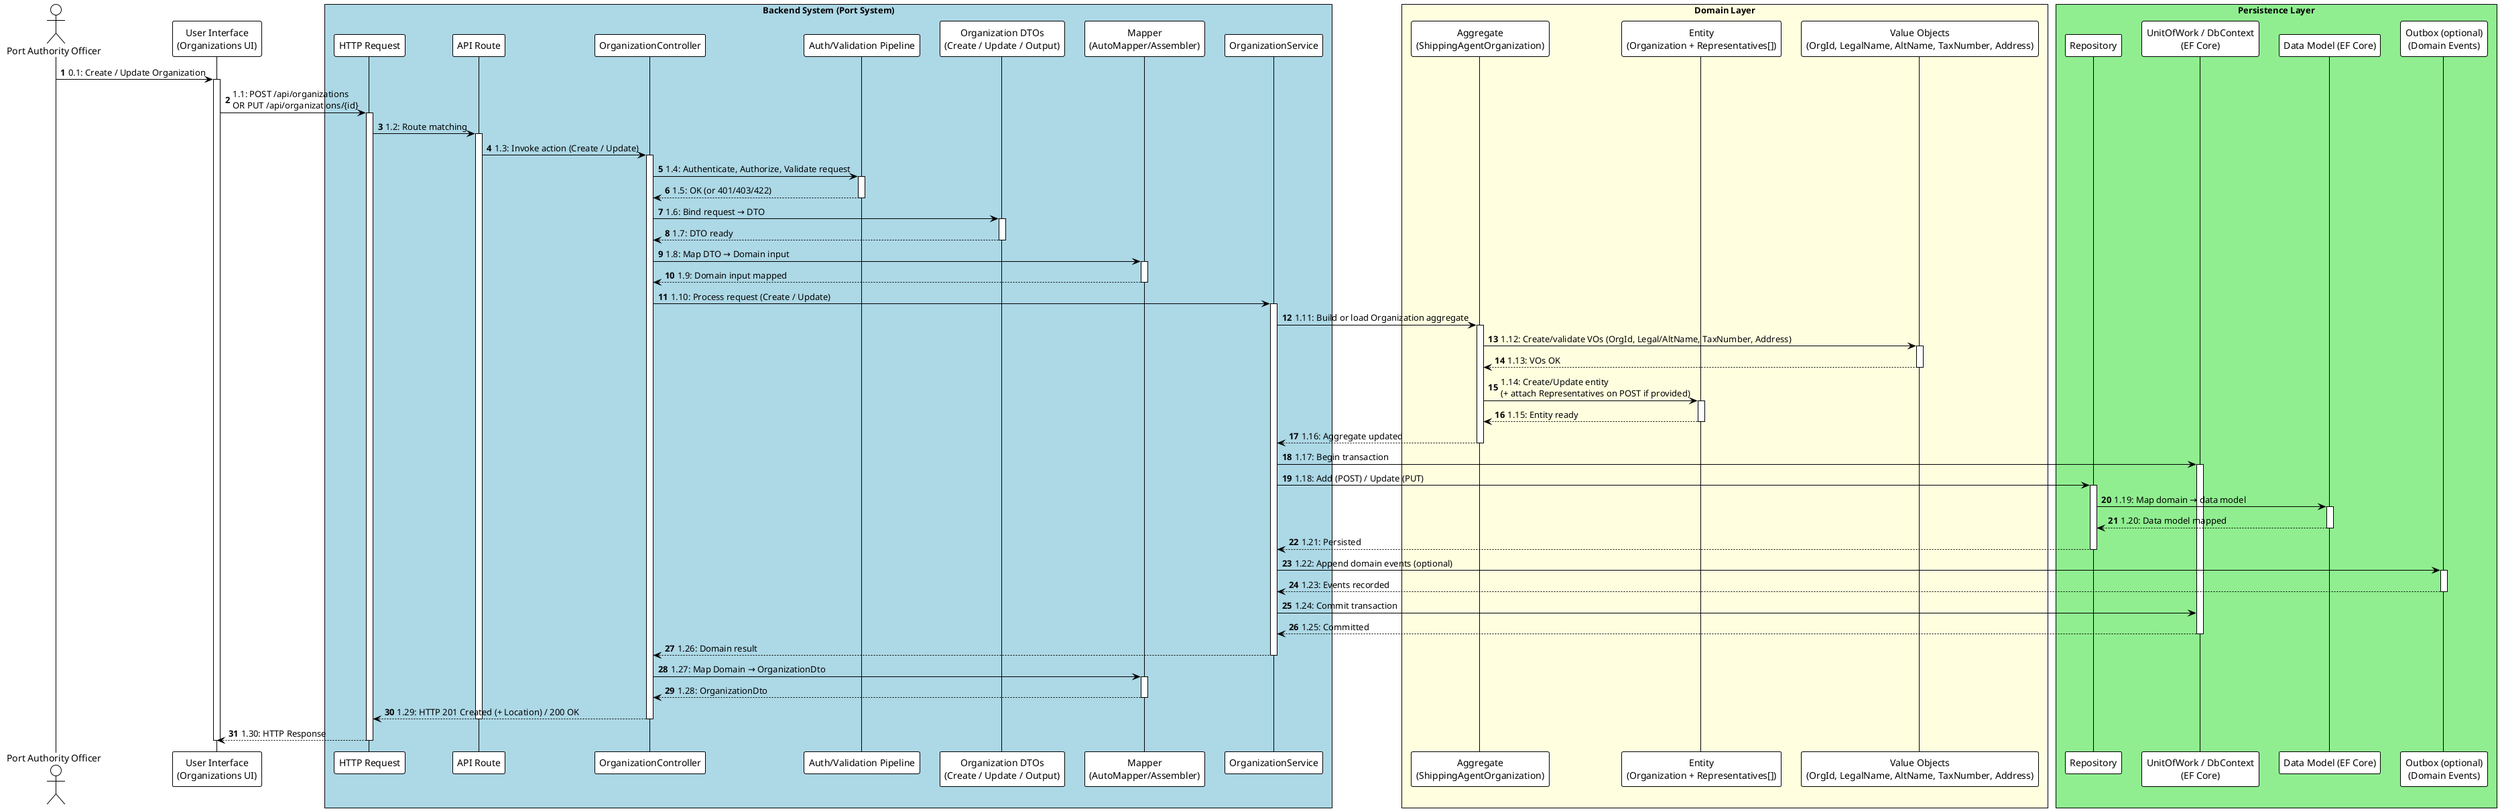
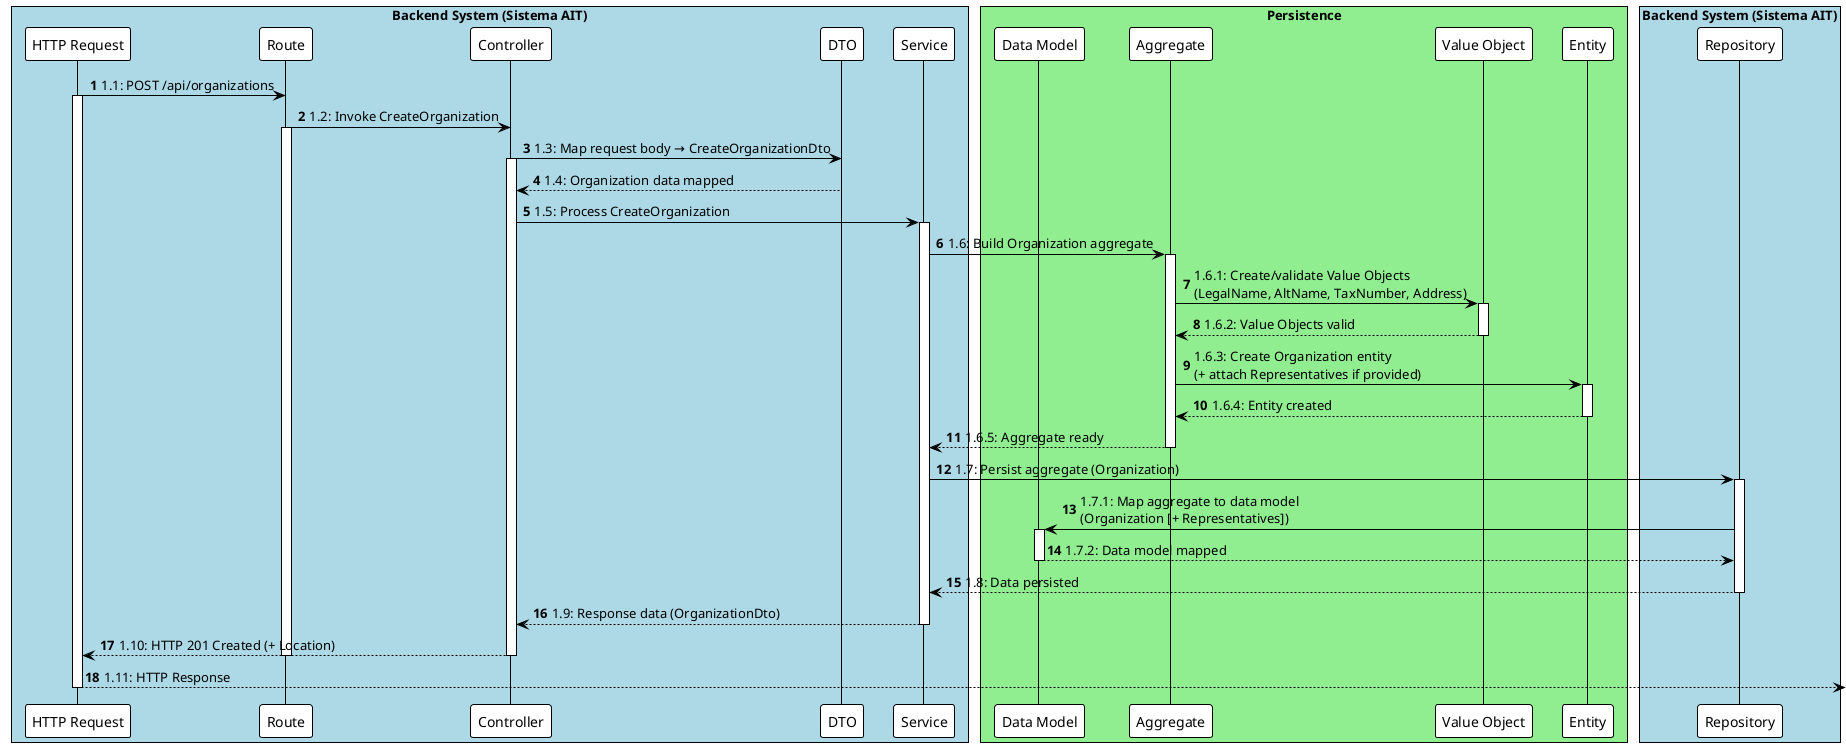
@startuml
!theme plain
autonumber

- actor "Port Authority Officer" as Officer
- participant "User Interface\n(Organizations UI)" as UI
- 
- box "Backend System (Port System)" #LightBlue
+ box "Backend System (Sistema AIT)" #LightBlue
    participant "HTTP Request" as HttpRequest
-     participant "API Route" as Route
-     participant "OrganizationController" as Controller
-     participant "Auth/Validation Pipeline" as Pipeline
-     participant "Organization DTOs\n(Create / Update / Output)" as Dto
-     participant "Mapper\n(AutoMapper/Assembler)" as Mapper
-     participant "OrganizationService" as Service
- 
-     box "Domain Layer" #LightYellow
-         participant "Aggregate\n(ShippingAgentOrganization)" as Aggregate
-         participant "Entity\n(Organization + Representatives[])" as Entity
-         participant "Value Objects\n(OrgId, LegalName, AltName, TaxNumber, Address)" as ValueObject
+     participant "Route" as Route
+     participant "Controller" as Controller
+     participant "DTO" as Dto
+     participant "Service" as Service
+     box "Persistence" #LightGreen
+         participant "Data Model" as DataModel
+         participant "Aggregate" as Aggregate
+         participant "Value Object" as ValueObject
+         participant "Entity" as Entity
    end box
- 
-     box "Persistence Layer" #LightGreen
-         participant "Repository" as Repository
-         participant "UnitOfWork / DbContext\n(EF Core)" as Db
-         participant "Data Model (EF Core)" as DataModel
-         participant "Outbox (optional)\n(Domain Events)" as Outbox
-     end box
+     participant "Repository" as Repository
end box

- ' --- UI → API ---
- Officer -> UI : 0.1: Create / Update Organization
- activate UI
- UI -> HttpRequest : 1.1: POST /api/organizations\nOR PUT /api/organizations/{id}
+ HttpRequest -> Route : 1.1: POST /api/organizations
activate HttpRequest
- 
- ' --- Routing & Controller ---
- HttpRequest -> Route : 1.2: Route matching
+ Route -> Controller : 1.2: Invoke CreateOrganization
activate Route
- Route -> Controller : 1.3: Invoke action (Create / Update)
+ Controller -> Dto : 1.3: Map request body → CreateOrganizationDto
activate Controller
- 
- ' --- Cross-cutting concerns ---
- Controller -> Pipeline : 1.4: Authenticate, Authorize, Validate request
- activate Pipeline
- Pipeline --> Controller : 1.5: OK (or 401/403/422)
- deactivate Pipeline
- 
- ' --- Binding & Mapping ---
- Controller -> Dto : 1.6: Bind request → DTO
- activate Dto
- Dto --> Controller : 1.7: DTO ready
+ Dto --> Controller : 1.4: Organization data mapped
deactivate Dto
- Controller -> Mapper : 1.8: Map DTO → Domain input
- activate Mapper
- Mapper --> Controller : 1.9: Domain input mapped
- deactivate Mapper
- 
- ' --- Application Service ---
- Controller -> Service : 1.10: Process request (Create / Update)
+ Controller -> Service : 1.5: Process CreateOrganization
activate Service
- 
- ' --- Domain construction / changes ---
- Service -> Aggregate : 1.11: Build or load Organization aggregate
+ Service -> Aggregate : 1.6: Build Organization aggregate
activate Aggregate
- Aggregate -> ValueObject : 1.12: Create/validate VOs (OrgId, Legal/AltName, TaxNumber, Address)
+ Aggregate -> ValueObject : 1.6.1: Create/validate Value Objects\n(LegalName, AltName, TaxNumber, Address)
activate ValueObject
- ValueObject --> Aggregate : 1.13: VOs OK
+ ValueObject --> Aggregate : 1.6.2: Value Objects valid
deactivate ValueObject
- Aggregate -> Entity : 1.14: Create/Update entity\n(+ attach Representatives on POST if provided)
+ Aggregate -> Entity : 1.6.3: Create Organization entity\n(+ attach Representatives if provided)
activate Entity
- Entity --> Aggregate : 1.15: Entity ready
+ Entity --> Aggregate : 1.6.4: Entity created
deactivate Entity
- Aggregate --> Service : 1.16: Aggregate updated
+ Aggregate --> Service : 1.6.5: Aggregate ready
deactivate Aggregate
- 
- ' --- Persistence (transactional) ---
- Service -> Db : 1.17: Begin transaction
- activate Db
- Service -> Repository : 1.18: Add (POST) / Update (PUT)
+ Service -> Repository : 1.7: Persist aggregate (Organization)
activate Repository
- Repository -> DataModel : 1.19: Map domain → data model
+ Repository -> DataModel : 1.7.1: Map aggregate to data model\n(Organization [+ Representatives])
activate DataModel
- DataModel --> Repository : 1.20: Data model mapped
+ DataModel --> Repository : 1.7.2: Data model mapped
deactivate DataModel
- Repository --> Service : 1.21: Persisted
+ Repository --> Service : 1.8: Data persisted
deactivate Repository
- 
- ' --- Optional domain events / outbox ---
- Service -> Outbox : 1.22: Append domain events (optional)
- activate Outbox
- Outbox --> Service : 1.23: Events recorded
- deactivate Outbox
- 
- Service -> Db : 1.24: Commit transaction
- Db --> Service : 1.25: Committed
- deactivate Db
- 
- ' --- Map response & return ---
- Service --> Controller : 1.26: Domain result
+ Service --> Controller : 1.9: Response data (OrganizationDto)
deactivate Service
- Controller -> Mapper : 1.27: Map Domain → OrganizationDto
- activate Mapper
- Mapper --> Controller : 1.28: OrganizationDto
- deactivate Mapper
- 
- Controller --> HttpRequest : 1.29: HTTP 201 Created (+ Location) / 200 OK
+ Controller --> HttpRequest : 1.10: HTTP 201 Created (+ Location)
deactivate Controller
deactivate Route
- HttpRequest --> UI : 1.30: HTTP Response
+ HttpRequest --> : 1.11: HTTP Response
deactivate HttpRequest
- deactivate UI
+ 
@enduml
